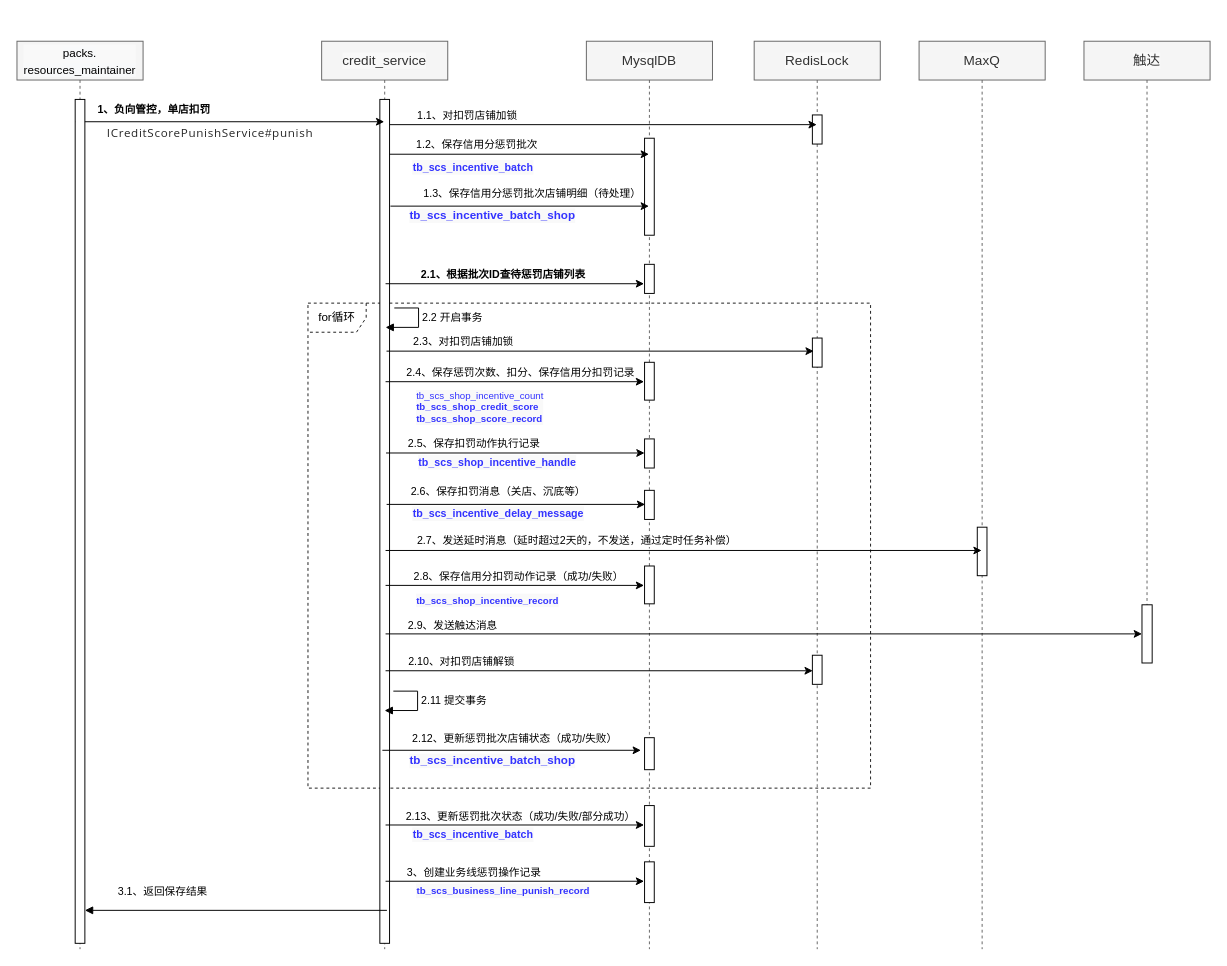
Above: page "单个扣罚（SOA）流程" (4 of 8) of 信用分架构.drawio in jon-kong/draw.io (draw.io), before the change. Source tidied: cells renumbered, new cells numbered last; positions are measured from the earlier drawing's top-left corner, leaving out a move shared by most shapes. Both pictures are drawn from the tidied source at 97%, with x=0, y=0 at pixel (16, 41).
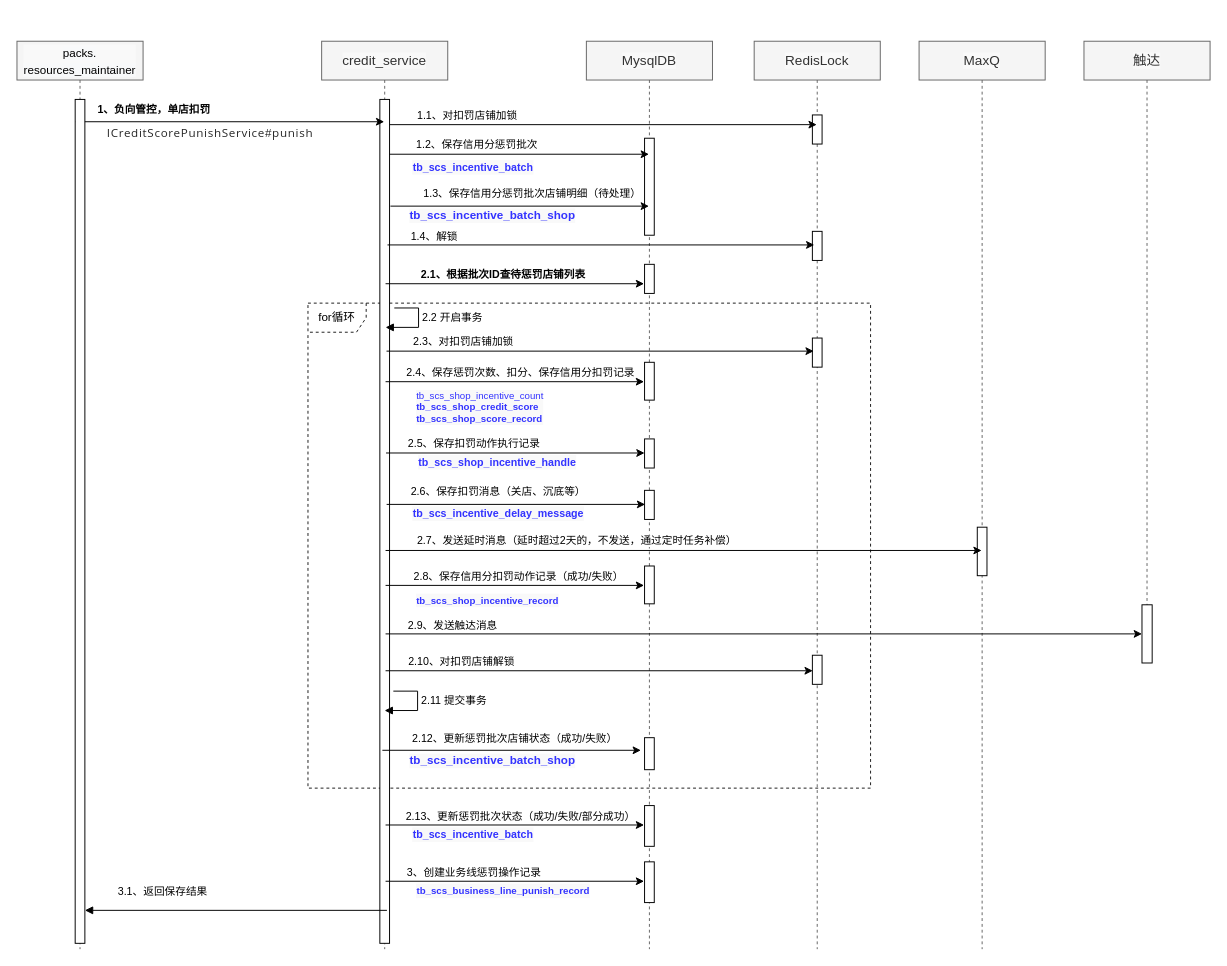
The same diagram, later.

The change refers to these unchanged cells:
```xml
<mxCell id="28" value="&lt;pre style=&quot;background-color: rgb(249 , 249 , 249) ; font-family: &amp;#34;fira code retina&amp;#34; ; font-size: 10.5pt&quot;&gt;RedisLock&lt;/pre&gt;" style="shape=umlLifeline;perimeter=lifelinePerimeter;whiteSpace=wrap;html=1;fillColor=#f5f5f5;strokeColor=#666666;fontColor=#333333;" parent="1" vertex="1">
  <mxGeometry x="760" width="130" height="936" as="geometry" />
</mxCell>
```

The edit, as a diff of the source:
```diff
@@
+    <mxCell id="71" style="html=1;perimeter=orthogonalPerimeter;" parent="28" vertex="1">
+      <mxGeometry x="60" y="196" width="10" height="30" as="geometry" />
+    </mxCell>
@@
+    <mxCell id="72" style="rounded=0;orthogonalLoop=1;jettySize=auto;html=1;exitX=0.59;exitY=0.25;exitDx=0;exitDy=0;exitPerimeter=0;" parent="1" edge="1">
+      <mxGeometry relative="1" as="geometry">
+        <mxPoint x="382" y="210" as="sourcePoint" />
+        <mxPoint x="822" y="210" as="targetPoint" />
+      </mxGeometry>
+    </mxCell>
+    <mxCell id="73" value="1.4、解锁" style="edgeLabel;html=1;align=center;verticalAlign=middle;" parent="72" vertex="1">
+      <mxGeometry x="-0.01" y="-14" relative="1" as="geometry">
+        <mxPoint x="-171" y="-24" as="offset" />
+      </mxGeometry>
+    </mxCell>
```
